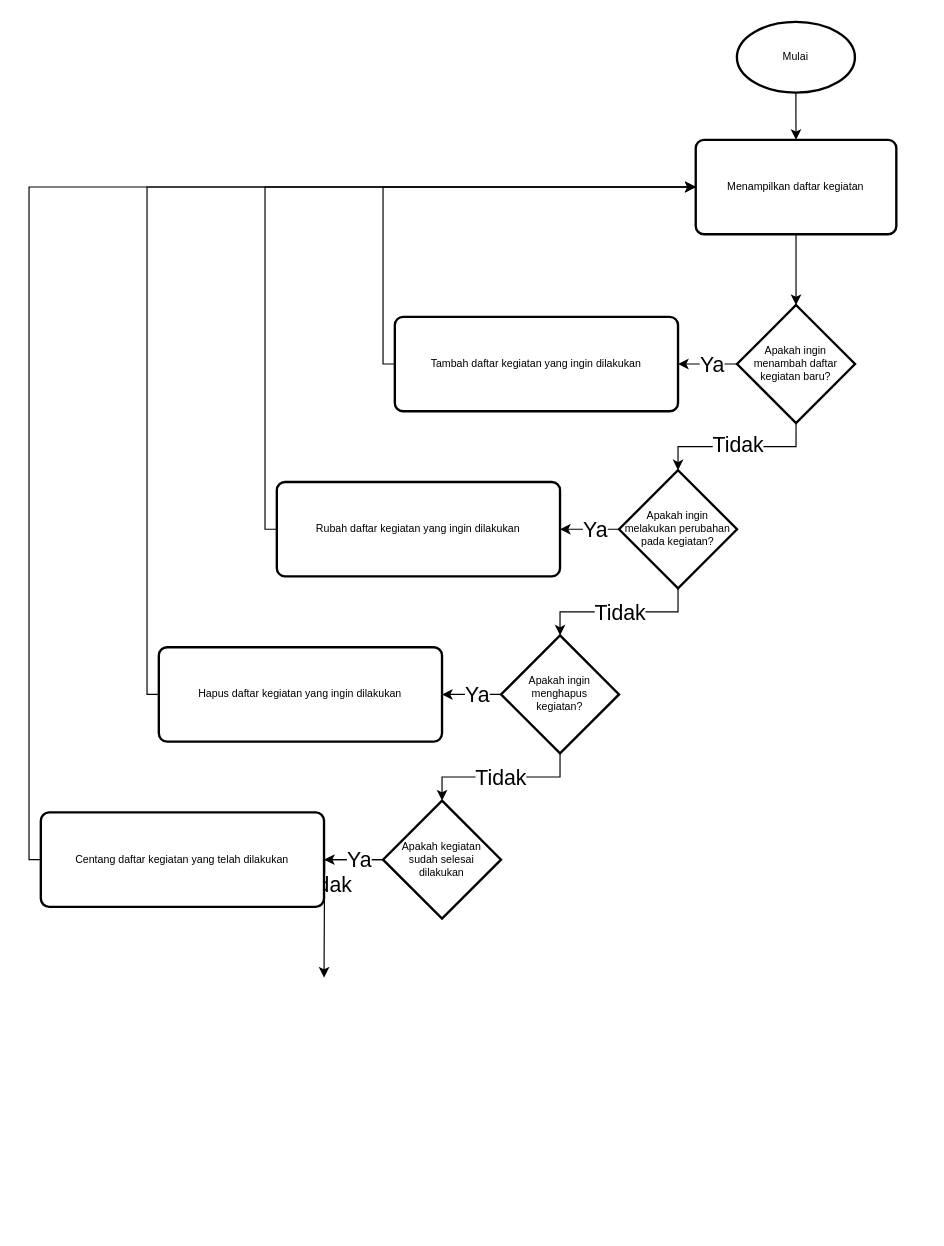
Before: flowchart.drawio in MeDopamine/ramadhan_wahyu-dolist_app, a draw.io diagram. Source tidied: cells renumbered, new cells numbered last; positions are measured from the earlier drawing's top-left corner, leaving out a move shared by most shapes. Both pictures are drawn from the tidied source at 118%, with x=0, y=0 at pixel (28, 21).
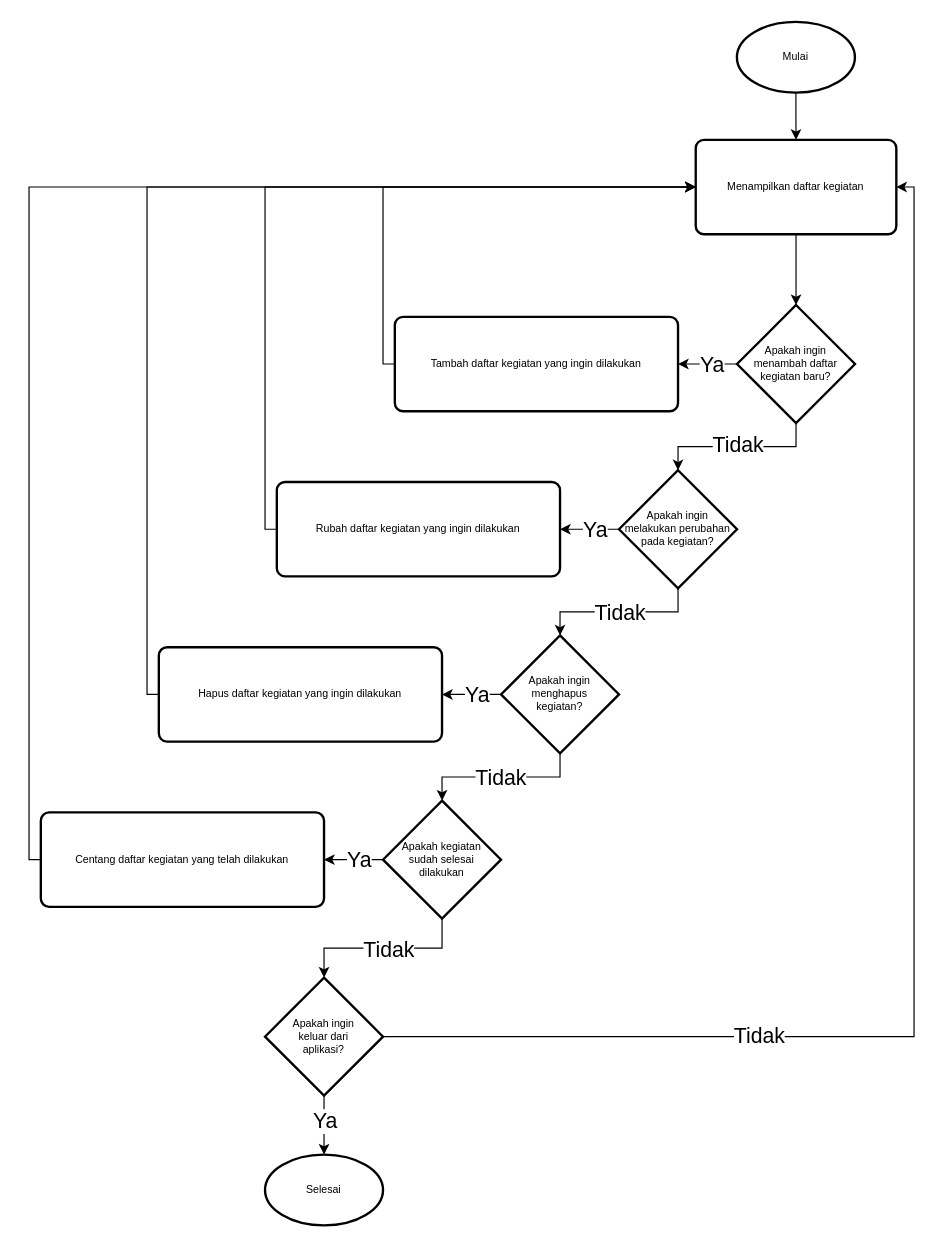
Above is the later version.

Commit message:
commit flow menutup aplikasi

Unchanged cells that the change refers to:
```xml
<mxCell id="13" value="Apakah kegiatan &lt;br&gt;sudah selesai &lt;br&gt;dilakukan" style="strokeWidth=2;html=1;shape=mxgraph.flowchart.decision;whiteSpace=wrap;fontSize=9;" parent="1" vertex="1">
  <mxGeometry x="300.1" y="660" width="100" height="100" as="geometry" />
</mxCell>
<mxCell id="33" value="Menampilkan daftar kegiatan" style="rounded=1;whiteSpace=wrap;html=1;absoluteArcSize=1;arcSize=14;strokeWidth=2;fontSize=9;" parent="1" vertex="1">
  <mxGeometry x="565.1" y="100" width="170" height="80" as="geometry" />
</mxCell>
```

Diff of the diagram source:
```diff
@@
-    <mxCell id="9" style="edgeStyle=orthogonalEdgeStyle;rounded=0;jettySize=auto;html=1;entryX=0.5;entryY=0;entryDx=0;entryDy=0;entryPerimeter=0;fontSize=9;" parent="1" edge="1" source="13">
-      <mxGeometry relative="1" as="geometry">
-        <mxPoint x="250.1" y="810" as="targetPoint" />
-      </mxGeometry>
+    <mxCell id="9" style="edgeStyle=orthogonalEdgeStyle;rounded=0;jettySize=auto;html=1;entryX=0.5;entryY=0;entryDx=0;entryDy=0;entryPerimeter=0;fontSize=9;" parent="1" edge="1" source="13" target="38">
+      <mxGeometry relative="1" as="geometry" />
     </mxCell>
@@
+    <mxCell id="34" style="edgeStyle=orthogonalEdgeStyle;rounded=0;jettySize=auto;html=1;exitX=0;exitY=0.5;exitDx=0;exitDy=0;exitPerimeter=0;entryX=1;entryY=0.5;entryDx=0;entryDy=0;fontSize=9;" parent="1" edge="1" source="38" target="33">
+      <mxGeometry relative="1" as="geometry">
+        <Array as="points">
+          <mxPoint x="750.1" y="860" />
+          <mxPoint x="750.1" y="140" />
+        </Array>
+      </mxGeometry>
+    </mxCell>
+    <mxCell id="35" value="Tidak" style="edgeLabel;html=1;align=center;verticalAlign=middle;fontSize=18;" parent="34" vertex="1">
+      <mxGeometry x="-0.35" y="1" relative="1" as="geometry" />
+    </mxCell>
+    <mxCell id="36" style="edgeStyle=orthogonalEdgeStyle;rounded=0;jettySize=auto;html=1;fontSize=9;" parent="1" edge="1" source="38" target="39">
+      <mxGeometry relative="1" as="geometry" />
+    </mxCell>
+    <mxCell id="37" value="Ya" style="edgeLabel;html=1;align=center;verticalAlign=middle;fontSize=18;" parent="36" vertex="1">
+      <mxGeometry x="-0.17" relative="1" as="geometry" />
+    </mxCell>
+    <mxCell id="38" value="Apakah ingin &lt;br&gt;keluar dari &lt;br&gt;aplikasi?" style="strokeWidth=2;html=1;shape=mxgraph.flowchart.decision;whiteSpace=wrap;fontSize=9;" parent="1" vertex="1">
+      <mxGeometry x="200.1" y="810" width="100" height="100" as="geometry" />
+    </mxCell>
@@
+    <mxCell id="39" value="Selesai" style="strokeWidth=2;html=1;shape=mxgraph.flowchart.start_1;whiteSpace=wrap;fontSize=9;" parent="1" vertex="1">
+      <mxGeometry x="200.1" y="960" width="100" height="60" as="geometry" />
+    </mxCell>
```
